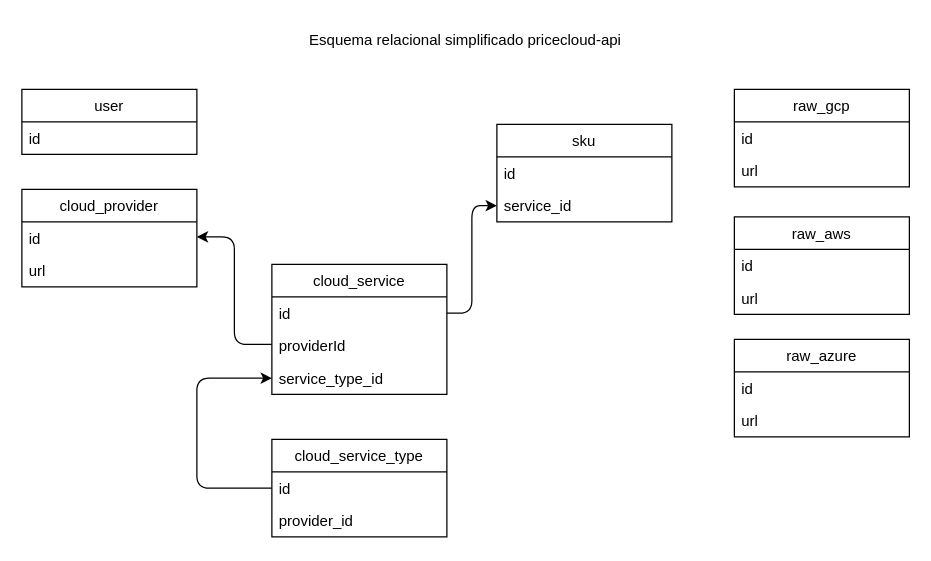
The draw.io diagram api-01/src/docs/database.drawio in sebastianaf/pricecloud, before the edit. Source tidied: cells renumbered, new cells numbered last; positions are measured from the earlier drawing's top-left corner, leaving out a move shared by most shapes. Both pictures are drawn from the tidied source at 125%, with x=0, y=0 at pixel (21, 21).
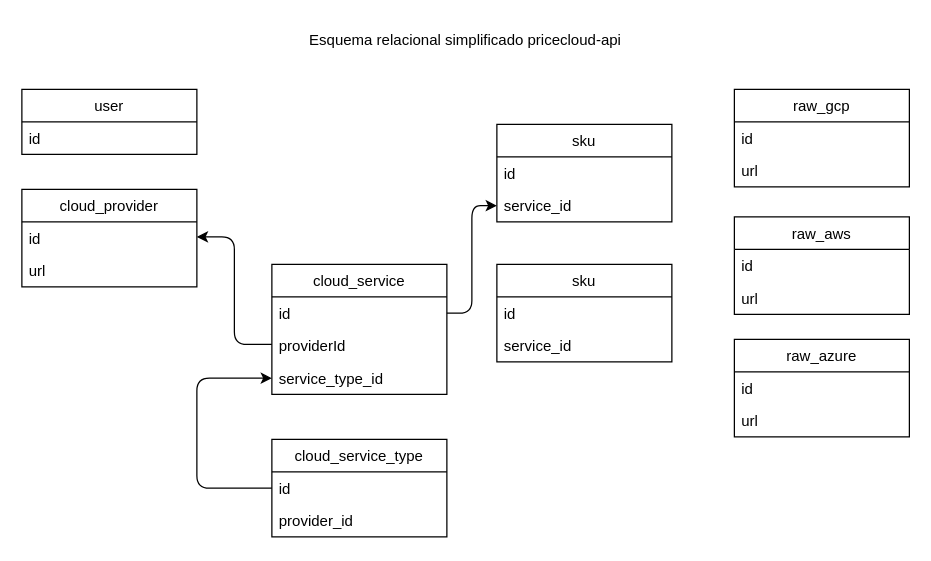
The same diagram, later.

Diff of the diagram source:
```diff
@@
+    <mxCell id="30" value="sku" style="swimlane;fontStyle=0;horizontal=1;startSize=26;fillColor=none;" parent="1" vertex="1">
+      <mxGeometry x="380" y="194" width="140" height="78" as="geometry" />
+    </mxCell>
+    <mxCell id="31" value="id" style="text;strokeColor=none;fillColor=none;align=left;verticalAlign=top;spacingLeft=4;spacingRight=4;overflow=hidden;" parent="30" vertex="1">
+      <mxGeometry y="26" width="140" height="26" as="geometry" />
+    </mxCell>
+    <mxCell id="32" value="service_id" style="text;strokeColor=none;fillColor=none;align=left;verticalAlign=top;spacingLeft=4;spacingRight=4;overflow=hidden;" parent="30" vertex="1">
+      <mxGeometry y="52" width="140" height="26" as="geometry" />
+    </mxCell>
```
